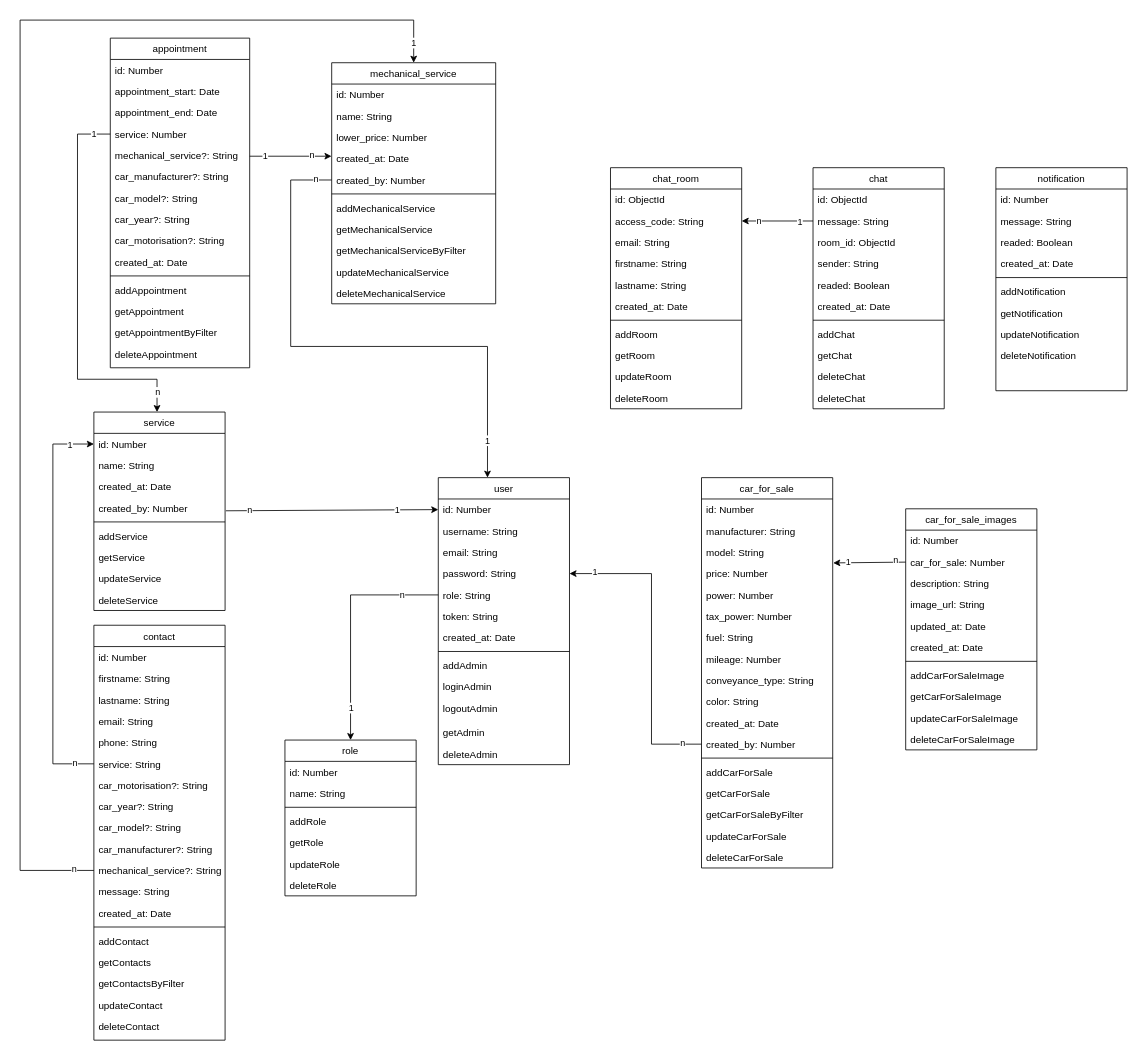
Before: documentation/hephaistos-MCD.drawio in nsevendev/hephaistos, a draw.io diagram. Source tidied: cells renumbered, new cells numbered last; positions are measured from the earlier drawing's top-left corner, leaving out a move shared by most shapes. Both pictures are drawn from the tidied source at 82%, with x=0, y=0 at pixel (20, 20).
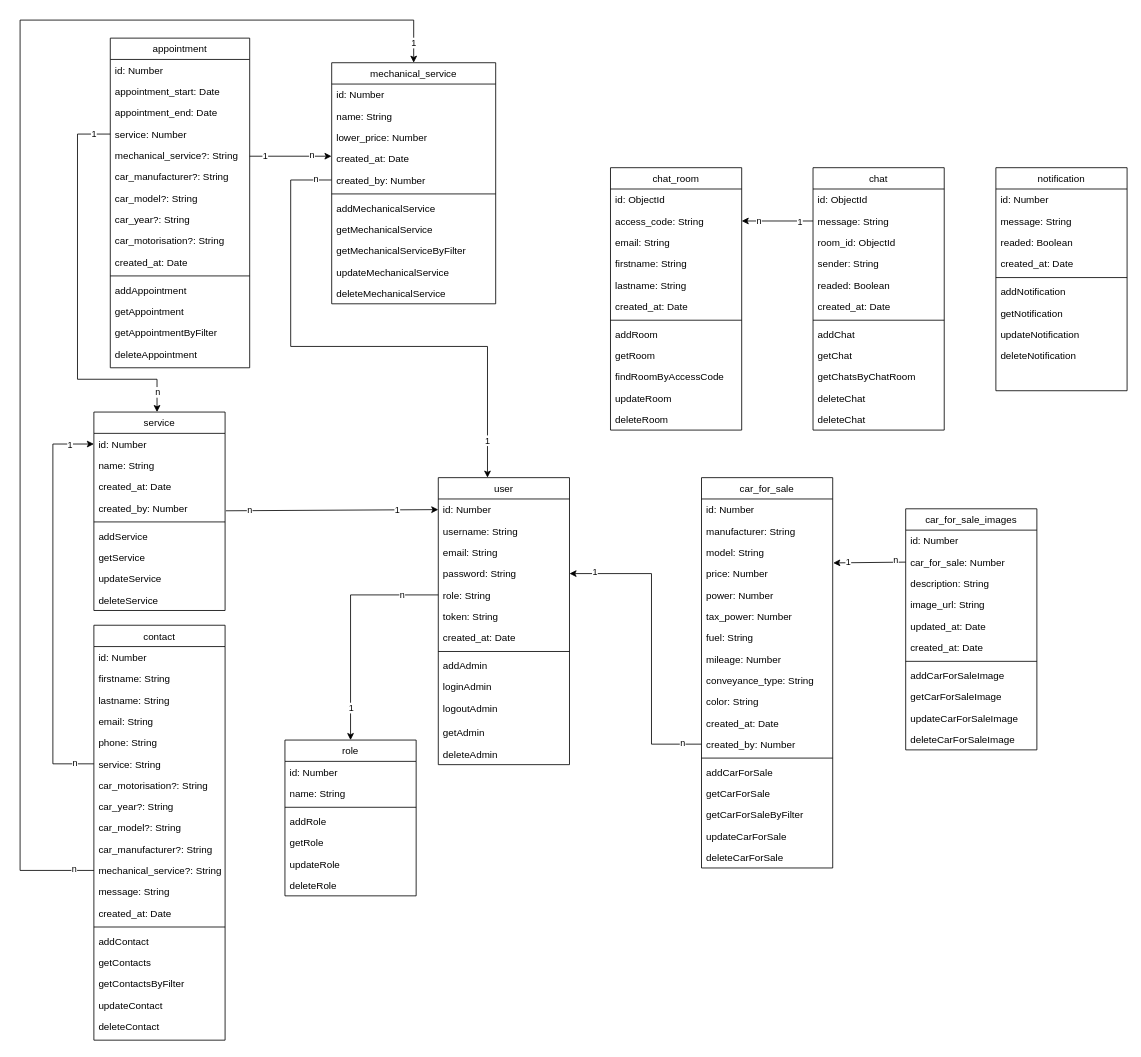
Above is the later version.

Commit message:
Ajout fonction get chat et chat-room

Diff of the diagram source:
```diff
@@
     <mxCell id="33" value="chat_room" style="swimlane;fontStyle=0;align=center;verticalAlign=top;horizontal=1;startSize=26;rounded=0;shadow=0;strokeWidth=1;" parent="1" vertex="1">
-      <mxGeometry x="720" y="180" width="160" height="294" as="geometry" />
+      <mxGeometry x="720" y="180" width="160" height="320" as="geometry" />
     </mxCell>
@@
+    <mxCell id="177" value="findRoomByAccessCode" style="text;align=left;verticalAlign=top;spacingLeft=4;spacingRight=4;overflow=hidden;" parent="33" vertex="1">
+      <mxGeometry y="242" width="160" height="26" as="geometry" />
+    </mxCell>
     <mxCell id="43" value="updateRoom" style="text;align=left;verticalAlign=top;spacingLeft=4;spacingRight=4;overflow=hidden;" parent="33" vertex="1">
-      <mxGeometry y="242" width="160" height="26" as="geometry" />
+      <mxGeometry y="268" width="160" height="26" as="geometry" />
     </mxCell>
     <mxCell id="44" value="deleteRoom" style="text;align=left;verticalAlign=top;spacingLeft=4;spacingRight=4;overflow=hidden;" parent="33" vertex="1">
-      <mxGeometry y="268" width="160" height="26" as="geometry" />
+      <mxGeometry y="294" width="160" height="26" as="geometry" />
     </mxCell>
     <mxCell id="45" value="chat" style="swimlane;fontStyle=0;align=center;verticalAlign=top;horizontal=1;startSize=26;rounded=0;shadow=0;strokeWidth=1;" parent="1" vertex="1">
-      <mxGeometry x="967" y="180" width="160" height="294" as="geometry" />
+      <mxGeometry x="967" y="180" width="160" height="320" as="geometry" />
     </mxCell>
@@
+    <mxCell id="178" value="getChatsByChatRoom" style="text;align=left;verticalAlign=top;spacingLeft=4;spacingRight=4;overflow=hidden;" parent="45" vertex="1">
+      <mxGeometry y="242" width="160" height="26" as="geometry" />
+    </mxCell>
     <mxCell id="55" value="deleteChat" style="text;align=left;verticalAlign=top;spacingLeft=4;spacingRight=4;overflow=hidden;" parent="45" vertex="1">
-      <mxGeometry y="242" width="160" height="26" as="geometry" />
+      <mxGeometry y="268" width="160" height="26" as="geometry" />
     </mxCell>
     <mxCell id="56" value="deleteChat" style="text;align=left;verticalAlign=top;spacingLeft=4;spacingRight=4;overflow=hidden;" parent="45" vertex="1">
-      <mxGeometry y="268" width="160" height="26" as="geometry" />
+      <mxGeometry y="294" width="160" height="26" as="geometry" />
     </mxCell>
```
